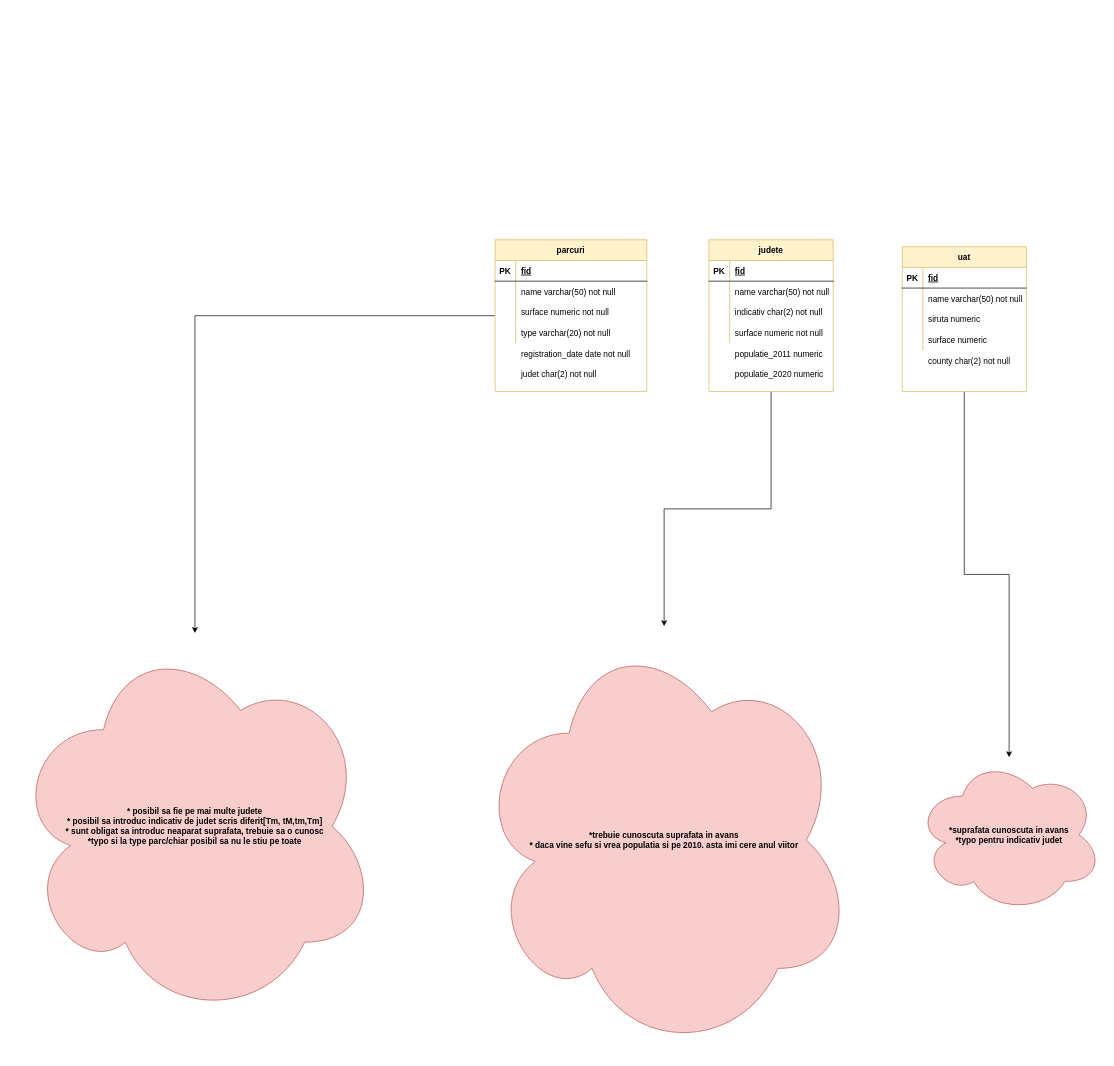
MecaAlex/db_modeling keeps this draw.io diagram as modelare_db1.drawio. Above is the earlier version. Source tidied: cells renumbered, new cells numbered last; positions are measured from the earlier drawing's top-left corner, leaving out a move shared by most shapes. Both pictures are drawn from the tidied source at 69%, with x=0, y=0 at pixel (12, 239).
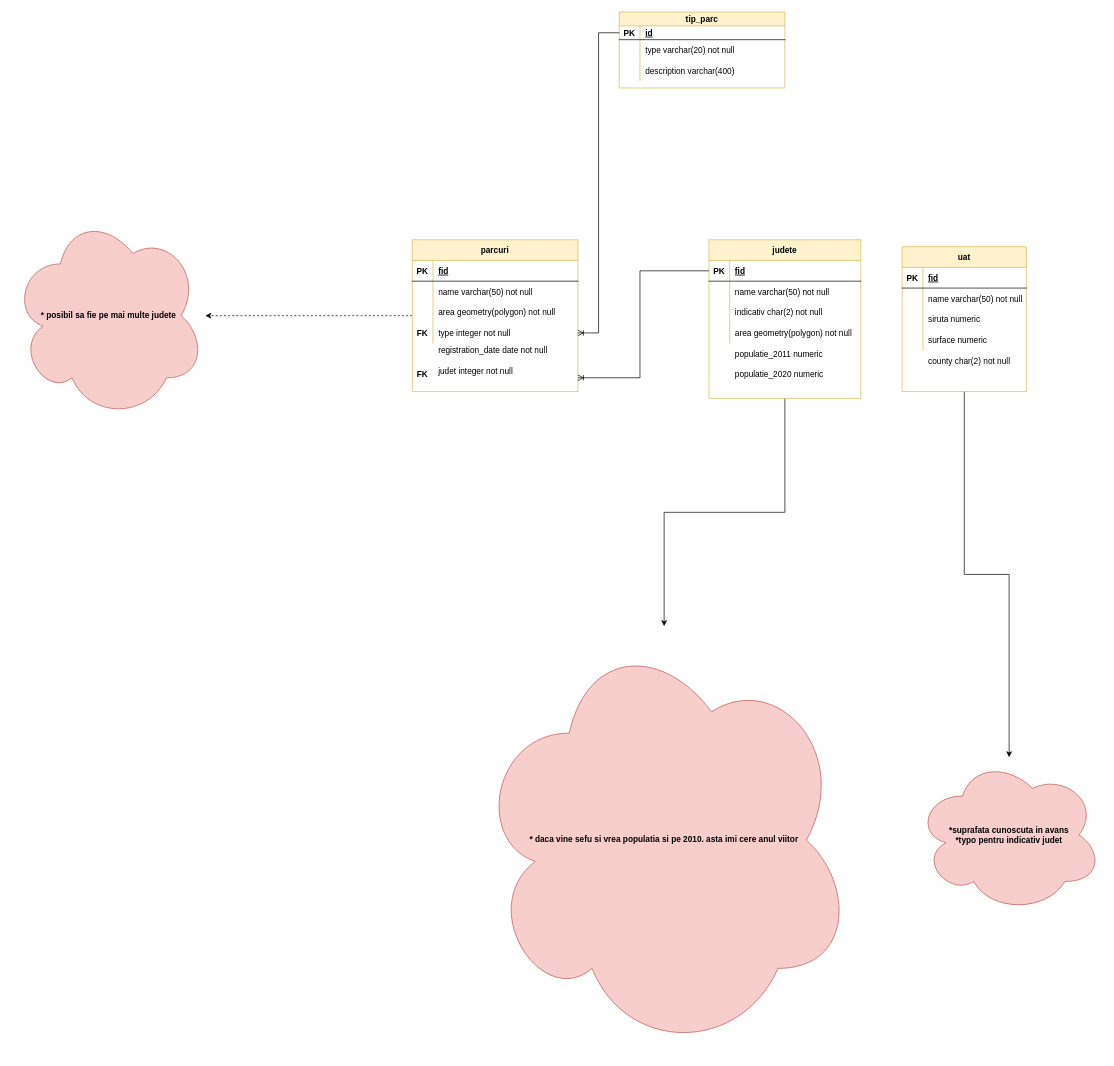
The same page after the edit.

Diff of the diagram source:
```diff
@@
-    <mxCell id="2" style="edgeStyle=orthogonalEdgeStyle;rounded=0;jettySize=auto;html=1;" parent="1" edge="1" source="3" target="51">
+    <mxCell id="2" style="edgeStyle=orthogonalEdgeStyle;rounded=0;jettySize=auto;html=1;dashed=1;" parent="1" edge="1" source="3" target="51">
       <mxGeometry relative="1" as="geometry" />
     </mxCell>
     <mxCell id="3" value="parcuri" style="shape=table;startSize=30;childLayout=tableLayout;rowLines=0;fontStyle=1;align=center;fillColor=#fff2cc;strokeColor=#d6b656;" parent="1" vertex="1">
-      <mxGeometry x="700" width="220" height="220" as="geometry" />
+      <mxGeometry x="580" width="240" height="220" as="geometry" />
     </mxCell>
     <mxCell id="4" style="shape=tableRow;horizontal=0;startSize=0;swimlaneHead=0;swimlaneBody=0;fillColor=none;top=0;left=0;right=0;bottom=1;" parent="3" vertex="1">
-      <mxGeometry y="30" width="220" height="30" as="geometry" />
+      <mxGeometry y="30" width="240" height="30" as="geometry" />
     </mxCell>
@@
     <mxCell id="6" value="fid" style="shape=partialRectangle;fillColor=none;top=0;left=0;bottom=0;right=0;align=left;spacingLeft=6;fontStyle=5;overflow=hidden;" parent="4" vertex="1">
-      <mxGeometry x="30" width="190" height="30" as="geometry" />
+      <mxGeometry x="30" width="210" height="30" as="geometry" />
     </mxCell>
     <mxCell id="7" style="shape=tableRow;horizontal=0;startSize=0;swimlaneHead=0;swimlaneBody=0;fillColor=none;top=0;left=0;right=0;bottom=0;" parent="3" vertex="1">
-      <mxGeometry y="60" width="220" height="30" as="geometry" />
+      <mxGeometry y="60" width="240" height="30" as="geometry" />
     </mxCell>
@@
     <mxCell id="9" value="name varchar(50) not null" style="shape=partialRectangle;fillColor=none;top=0;left=0;bottom=0;right=0;align=left;spacingLeft=6;overflow=hidden;" parent="7" vertex="1">
-      <mxGeometry x="30" width="190" height="30" as="geometry" />
+      <mxGeometry x="30" width="210" height="30" as="geometry" />
     </mxCell>
     <mxCell id="10" style="shape=tableRow;horizontal=0;startSize=0;swimlaneHead=0;swimlaneBody=0;fillColor=none;top=0;left=0;right=0;bottom=0;" parent="3" vertex="1">
-      <mxGeometry y="90" width="220" height="30" as="geometry" />
+      <mxGeometry y="90" width="240" height="30" as="geometry" />
     </mxCell>
@@
-    <mxCell id="12" value="surface numeric not null" style="shape=partialRectangle;fillColor=none;top=0;left=0;bottom=0;right=0;align=left;spacingLeft=6;overflow=hidden;" parent="10" vertex="1">
-      <mxGeometry x="30" width="190" height="30" as="geometry" />
+    <mxCell id="12" value="area geometry(polygon) not null" style="shape=partialRectangle;fillColor=none;top=0;left=0;bottom=0;right=0;align=left;spacingLeft=6;overflow=hidden;" parent="10" vertex="1">
+      <mxGeometry x="30" width="210" height="30" as="geometry" />
     </mxCell>
     <mxCell id="13" style="shape=tableRow;horizontal=0;startSize=0;swimlaneHead=0;swimlaneBody=0;fillColor=none;points=[[0,0.5],[1,0.5]];portConstraint=eastwest;top=0;left=0;right=0;bottom=0;" parent="3" vertex="1">
-      <mxGeometry y="120" width="220" height="30" as="geometry" />
+      <mxGeometry y="120" width="240" height="30" as="geometry" />
     </mxCell>
@@
-    <mxCell id="15" value="type varchar(20) not null" style="shape=partialRectangle;fillColor=none;top=0;left=0;bottom=0;right=0;align=left;spacingLeft=6;overflow=hidden;" parent="13" vertex="1">
-      <mxGeometry x="30" width="190" height="30" as="geometry" />
+    <mxCell id="15" value="type integer not null" style="shape=partialRectangle;fillColor=none;top=0;left=0;bottom=0;right=0;align=left;spacingLeft=6;overflow=hidden;" parent="13" vertex="1">
+      <mxGeometry x="30" width="210" height="30" as="geometry" />
     </mxCell>
     <mxCell id="16" style="shape=tableRow;horizontal=0;startSize=0;swimlaneHead=0;swimlaneBody=0;fillColor=none;top=0;left=0;right=0;bottom=0;" parent="1" vertex="1">
-      <mxGeometry x="710" y="150" width="220" height="30" as="geometry" />
+      <mxGeometry x="640" y="150" width="220" height="30" as="geometry" />
     </mxCell>
@@
     <mxCell id="18" value="registration_date date not null" style="shape=partialRectangle;fillColor=none;top=0;left=0;bottom=0;right=0;align=left;spacingLeft=6;overflow=hidden;" parent="1" vertex="1">
-      <mxGeometry x="730" y="150" width="190" height="30" as="geometry" />
+      <mxGeometry x="610" y="145" width="190" height="30" as="geometry" />
     </mxCell>
-    <mxCell id="19" value="judet char(2) not null" style="shape=partialRectangle;fillColor=none;top=0;left=0;bottom=0;right=0;align=left;spacingLeft=6;overflow=hidden;" parent="1" vertex="1">
-      <mxGeometry x="730" y="180" width="190" height="30" as="geometry" />
+    <mxCell id="19" value="judet integer not null" style="shape=partialRectangle;fillColor=none;top=0;left=0;bottom=0;right=0;align=left;spacingLeft=6;overflow=hidden;" parent="1" vertex="1">
+      <mxGeometry x="610" y="175" width="190" height="30" as="geometry" />
     </mxCell>
@@
     <mxCell id="21" value="judete" style="shape=table;startSize=30;childLayout=tableLayout;rowLines=0;fontStyle=1;align=center;fillColor=#fff2cc;strokeColor=#d6b656;" parent="1" vertex="1">
-      <mxGeometry x="1010" width="180" height="220" as="geometry" />
+      <mxGeometry x="1010" width="220" height="230" as="geometry" />
     </mxCell>
     <mxCell id="22" style="shape=tableRow;horizontal=0;startSize=0;swimlaneHead=0;swimlaneBody=0;fillColor=none;points=[[0,0.5],[1,0.5]];portConstraint=eastwest;top=0;left=0;right=0;bottom=1;" parent="21" vertex="1">
-      <mxGeometry y="30" width="180" height="30" as="geometry" />
+      <mxGeometry y="30" width="220" height="30" as="geometry" />
     </mxCell>
@@
     <mxCell id="24" value="fid" style="shape=partialRectangle;fillColor=none;top=0;left=0;bottom=0;right=0;align=left;spacingLeft=6;fontStyle=5;overflow=hidden;" parent="22" vertex="1">
-      <mxGeometry x="30" width="150" height="30" as="geometry" />
+      <mxGeometry x="30" width="190" height="30" as="geometry" />
     </mxCell>
     <mxCell id="25" style="shape=tableRow;horizontal=0;startSize=0;swimlaneHead=0;swimlaneBody=0;fillColor=none;top=0;left=0;right=0;bottom=0;" parent="21" vertex="1">
-      <mxGeometry y="60" width="180" height="30" as="geometry" />
+      <mxGeometry y="60" width="220" height="30" as="geometry" />
     </mxCell>
@@
     <mxCell id="27" value="name varchar(50) not null" style="shape=partialRectangle;fillColor=none;top=0;left=0;bottom=0;right=0;align=left;spacingLeft=6;overflow=hidden;" parent="25" vertex="1">
-      <mxGeometry x="30" width="150" height="30" as="geometry" />
+      <mxGeometry x="30" width="190" height="30" as="geometry" />
     </mxCell>
     <mxCell id="28" style="shape=tableRow;horizontal=0;startSize=0;swimlaneHead=0;swimlaneBody=0;fillColor=none;top=0;left=0;right=0;bottom=0;" parent="21" vertex="1">
-      <mxGeometry y="90" width="180" height="30" as="geometry" />
+      <mxGeometry y="90" width="220" height="30" as="geometry" />
     </mxCell>
@@
     <mxCell id="30" value="indicativ char(2) not null" style="shape=partialRectangle;fillColor=none;top=0;left=0;bottom=0;right=0;align=left;spacingLeft=6;overflow=hidden;" parent="28" vertex="1">
-      <mxGeometry x="30" width="150" height="30" as="geometry" />
+      <mxGeometry x="30" width="190" height="30" as="geometry" />
     </mxCell>
     <mxCell id="31" style="shape=tableRow;horizontal=0;startSize=0;swimlaneHead=0;swimlaneBody=0;fillColor=none;top=0;left=0;right=0;bottom=0;" parent="21" vertex="1">
-      <mxGeometry y="120" width="180" height="30" as="geometry" />
+      <mxGeometry y="120" width="220" height="30" as="geometry" />
     </mxCell>
@@
-    <mxCell id="33" value="surface numeric not null" style="shape=partialRectangle;fillColor=none;top=0;left=0;bottom=0;right=0;align=left;spacingLeft=6;overflow=hidden;" parent="31" vertex="1">
-      <mxGeometry x="30" width="150" height="30" as="geometry" />
+    <mxCell id="33" value="area geometry(polygon) not null" style="shape=partialRectangle;fillColor=none;top=0;left=0;bottom=0;right=0;align=left;spacingLeft=6;overflow=hidden;" parent="31" vertex="1">
+      <mxGeometry x="30" width="190" height="30" as="geometry" />
     </mxCell>
@@
-    <mxCell id="51" value="* posibil sa fie pe mai multe judete&lt;br&gt;* posibil sa introduc indicativ de judet scris diferit[Tm, tM,tm,Tm]&lt;br&gt;* sunt obligat sa introduc neaparat suprafata, trebuie sa o cunosc&lt;br&gt;*typo si la type parc/chiar posibil sa nu le stiu pe toate" style="ellipse;shape=cloud;whiteSpace=wrap;html=1;fillColor=#f8cecc;strokeColor=#b85450;startSize=30;fontStyle=1;" parent="1" vertex="1">
-      <mxGeometry y="570" width="530" height="560" as="geometry" />
+    <mxCell id="51" value="* posibil sa fie pe mai multe judete&lt;br&gt;" style="ellipse;shape=cloud;whiteSpace=wrap;html=1;fillColor=#f8cecc;strokeColor=#b85450;startSize=30;fontStyle=1;" parent="1" vertex="1">
+      <mxGeometry y="-40" width="280" height="300" as="geometry" />
     </mxCell>
-    <mxCell id="52" value="*trebuie cunoscuta suprafata in avans&lt;br&gt;* daca vine sefu si vrea populatia si pe 2010. asta imi cere anul viitor" style="ellipse;shape=cloud;whiteSpace=wrap;html=1;fillColor=#f8cecc;strokeColor=#b85450;startSize=30;fontStyle=1;" parent="1" vertex="1">
+    <mxCell id="52" value="* daca vine sefu si vrea populatia si pe 2010. asta imi cere anul viitor" style="ellipse;shape=cloud;whiteSpace=wrap;html=1;fillColor=#f8cecc;strokeColor=#b85450;startSize=30;fontStyle=1;" parent="1" vertex="1">
       <mxGeometry x="670" y="560" width="550" height="620" as="geometry" />
     </mxCell>
@@
+    <mxCell id="54" value="tip_parc" style="shape=table;startSize=20;childLayout=tableLayout;rowLines=0;fontStyle=1;align=center;fillColor=#fff2cc;strokeColor=#d6b656;" parent="1" vertex="1">
+      <mxGeometry x="880" y="-330" width="240" height="110" as="geometry" />
+    </mxCell>
+    <mxCell id="55" style="shape=tableRow;horizontal=0;startSize=0;swimlaneHead=0;swimlaneBody=0;fillColor=none;points=[[0,0.5],[1,0.5]];portConstraint=eastwest;top=0;left=0;right=0;bottom=1;" parent="54" vertex="1">
+      <mxGeometry y="20" width="240" height="20" as="geometry" />
+    </mxCell>
+    <mxCell id="56" value="PK" style="shape=partialRectangle;fillColor=none;top=0;left=0;bottom=0;right=0;fontStyle=1;overflow=hidden;" parent="55" vertex="1">
+      <mxGeometry width="30" height="20" as="geometry" />
+    </mxCell>
+    <mxCell id="57" value="id" style="shape=partialRectangle;fillColor=none;top=0;left=0;bottom=0;right=0;align=left;spacingLeft=6;fontStyle=5;overflow=hidden;" parent="55" vertex="1">
+      <mxGeometry x="30" width="210" height="20" as="geometry" />
+    </mxCell>
+    <mxCell id="58" style="shape=tableRow;horizontal=0;startSize=0;swimlaneHead=0;swimlaneBody=0;fillColor=none;top=0;left=0;right=0;bottom=0;" parent="54" vertex="1">
+      <mxGeometry y="40" width="240" height="30" as="geometry" />
+    </mxCell>
+    <mxCell id="59" style="shape=partialRectangle;fillColor=none;top=0;left=0;bottom=0;right=0;overflow=hidden;" parent="58" vertex="1">
+      <mxGeometry width="30" height="30" as="geometry" />
+    </mxCell>
+    <mxCell id="60" value="type varchar(20) not null" style="shape=partialRectangle;fillColor=none;top=0;left=0;bottom=0;right=0;align=left;spacingLeft=6;overflow=hidden;" parent="58" vertex="1">
+      <mxGeometry x="30" width="210" height="30" as="geometry" />
+    </mxCell>
+    <mxCell id="61" style="shape=tableRow;horizontal=0;startSize=0;swimlaneHead=0;swimlaneBody=0;fillColor=none;top=0;left=0;right=0;bottom=0;" parent="54" vertex="1">
+      <mxGeometry y="70" width="240" height="30" as="geometry" />
+    </mxCell>
+    <mxCell id="62" style="shape=partialRectangle;fillColor=none;top=0;left=0;bottom=0;right=0;overflow=hidden;" parent="61" vertex="1">
+      <mxGeometry width="30" height="30" as="geometry" />
+    </mxCell>
+    <mxCell id="63" value="description varchar(400)" style="shape=partialRectangle;fillColor=none;top=0;left=0;bottom=0;right=0;align=left;spacingLeft=6;overflow=hidden;" parent="61" vertex="1">
+      <mxGeometry x="30" width="210" height="30" as="geometry" />
+    </mxCell>
+    <mxCell id="64" value="FK" style="shape=partialRectangle;fillColor=none;top=0;left=0;bottom=0;right=0;fontStyle=1;overflow=hidden;" parent="1" vertex="1">
+      <mxGeometry x="580" y="120" width="30" height="30" as="geometry" />
+    </mxCell>
+    <mxCell id="65" style="edgeStyle=entityRelationEdgeStyle;fontSize=12;html=1;endArrow=ERoneToMany;rounded=0;exitX=0;exitY=0.5;exitDx=0;exitDy=0;" parent="1" edge="1" source="55" target="13">
+      <mxGeometry relative="1" as="geometry" />
+    </mxCell>
+    <mxCell id="66" value="FK" style="shape=partialRectangle;fillColor=none;top=0;left=0;bottom=0;right=0;fontStyle=1;overflow=hidden;" parent="1" vertex="1">
+      <mxGeometry x="580" y="180" width="30" height="30" as="geometry" />
+    </mxCell>
+    <mxCell id="67" style="fontSize=12;html=1;endArrow=ERoneToMany;rounded=0;exitX=0;exitY=0.5;exitDx=0;exitDy=0;edgeStyle=orthogonalEdgeStyle;" parent="1" edge="1" source="22">
+      <mxGeometry relative="1" as="geometry">
+        <mxPoint x="820" y="200" as="targetPoint" />
+        <Array as="points">
+          <mxPoint x="910" y="45" />
+          <mxPoint x="910" y="200" />
+        </Array>
+      </mxGeometry>
+    </mxCell>
```
